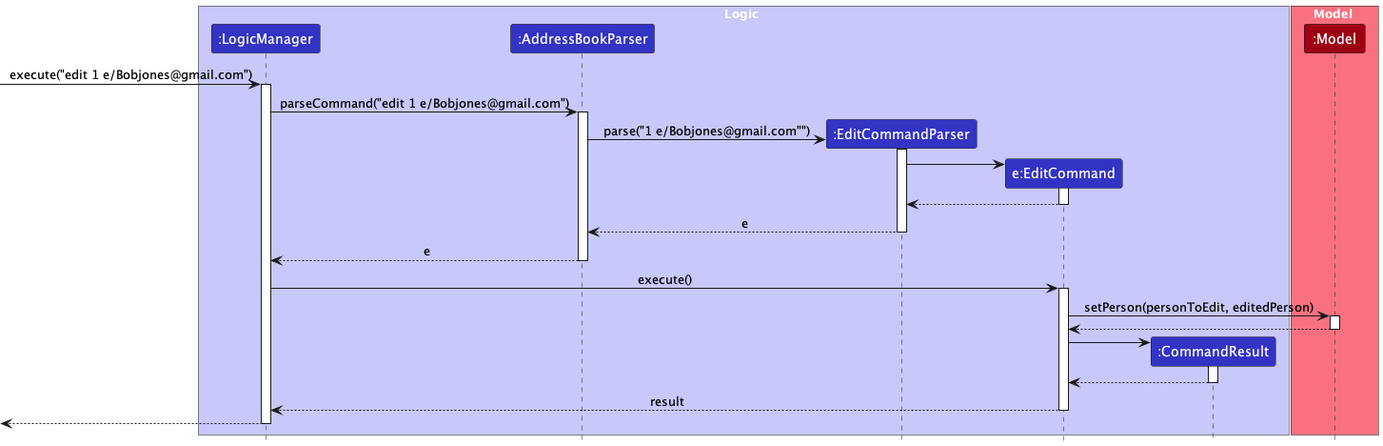
Before: docs/images/EditCommandSequenceDiagram.png, a diagram exported from PlantUML (nus-cs2103-AY2223S2/tp). Its diagram source:
```plantuml
@startuml
!include style.puml

box Logic LOGIC_COLOR_T1
participant ":LogicManager" as LogicManager LOGIC_COLOR
participant ":AddressBookParser" as AddressBookParser LOGIC_COLOR
participant ":EditCommandParser" as EditCommandParser LOGIC_COLOR
participant "e:EditCommand" as EditCommand LOGIC_COLOR
participant ":CommandResult" as CommandResult LOGIC_COLOR
end box

box Model MODEL_COLOR_T1
participant ":Model" as Model MODEL_COLOR
end box

[-> LogicManager : execute("edit 1 e/Bobjones@gmail.com")
activate LogicManager

LogicManager -> AddressBookParser : parseCommand("edit 1 e/Bobjones@gmail.com")
activate AddressBookParser

create EditCommandParser
AddressBookParser -> EditCommandParser : parse("1 e/Bobjones@gmail.com"")
activate EditCommandParser

create EditCommand
EditCommandParser -> EditCommand
activate EditCommand

EditCommand --> EditCommandParser
deactivate EditCommand

EditCommandParser --> AddressBookParser : e
deactivate EditCommandParser

AddressBookParser --> LogicManager : e
deactivate AddressBookParser

LogicManager -> EditCommand : execute()
activate EditCommand

EditCommand -> Model : setPerson(personToEdit, editedPerson)
activate Model

Model --> EditCommand
deactivate Model

create CommandResult
EditCommand -> CommandResult
activate CommandResult

CommandResult --> EditCommand :
deactivate CommandResult

EditCommand --> LogicManager : result
deactivate EditCommand

[<--LogicManager
deactivate LogicManager
@enduml
```
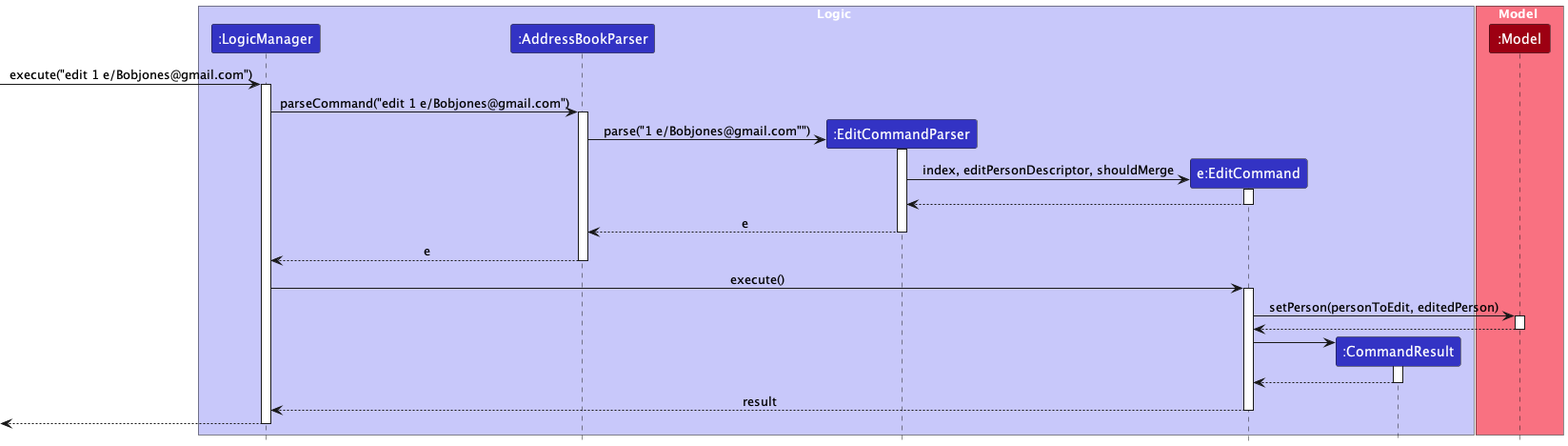
After the commit.

Diff of the diagram source:
```diff
@@ -24,7 +24,7 @@
 activate EditCommandParser
 
 create EditCommand
-EditCommandParser -> EditCommand
+EditCommandParser -> EditCommand : index, editPersonDescriptor, shouldMerge
 activate EditCommand
 
 EditCommand --> EditCommandParser
```
